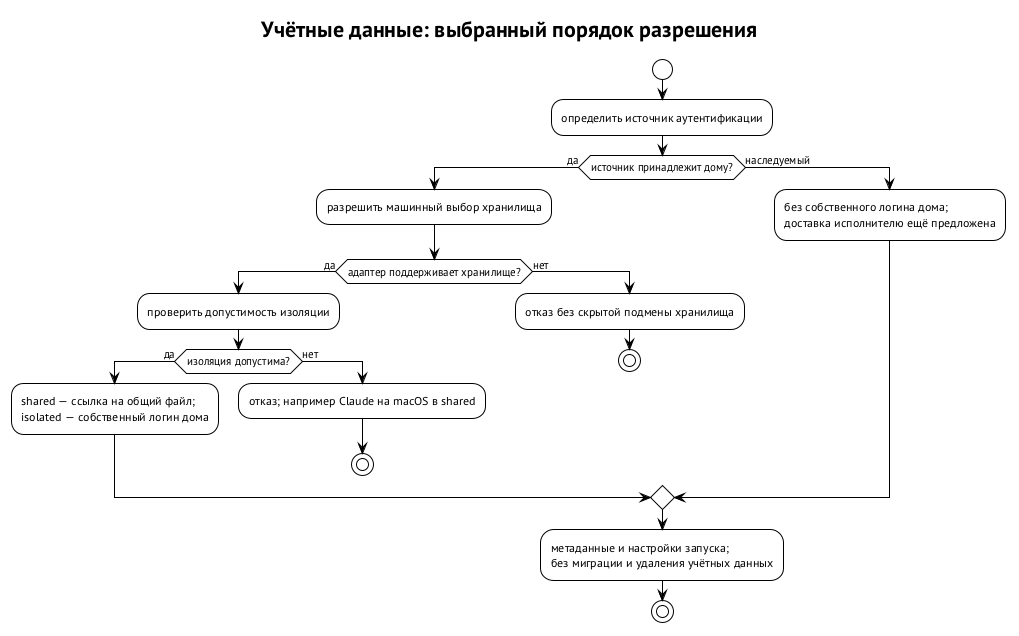
Above: book/diagrams/resolution-order.png in relux-works/swarma-docs (PlantUML), before the change. The source it was exported from:
```plantuml
@startuml resolution-order
!theme plain
skinparam defaultFontName "PT Sans"
skinparam shadowing false
title Учётные данные: выбранный порядок разрешения
start
:определить источник аутентификации;
if (источник принадлежит дому?) then (да)
  :разрешить машинный выбор хранилища;
  if (адаптер поддерживает хранилище?) then (да)
    :проверить допустимость изоляции;
    if (изоляция допустима?) then (да)
      :shared — ссылка на общий файл;\nisolated — собственный логин дома;
    else (нет)
      :отказ; например Claude на macOS в shared;
      stop
    endif
  else (нет)
    :отказ без скрытой подмены хранилища;
    stop
  endif
else (наследуемый)
  :без собственного логина дома;\nдоставка исполнителю ещё предложена;
endif
:метаданные и настройки запуска;\nбез миграции и удаления учётных данных;
stop
@enduml
```
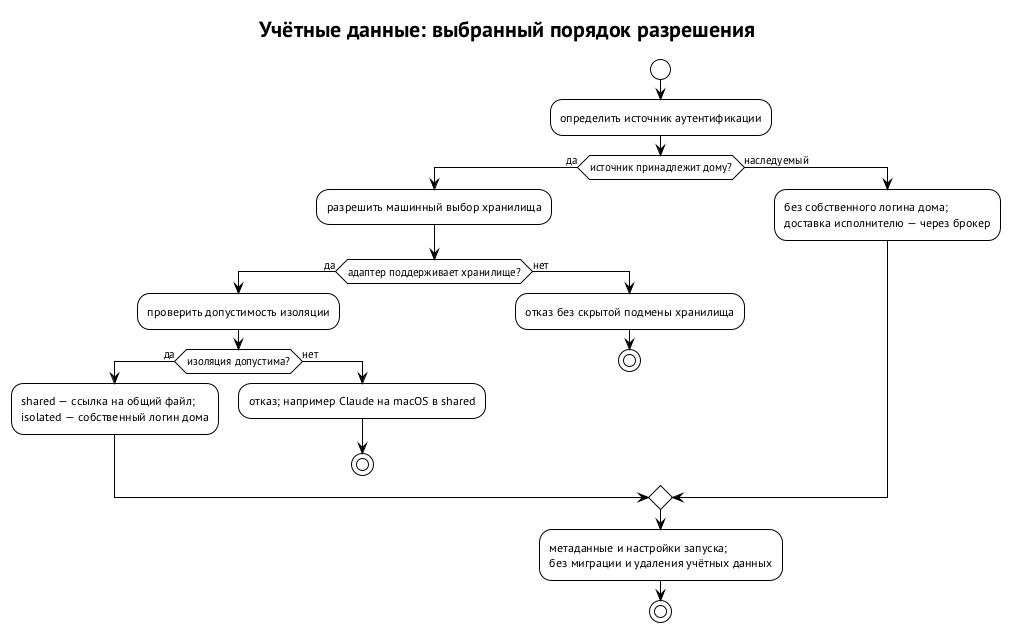
Later version of the same file.

Change to the diagram source:
```diff
@@ -20,7 +20,7 @@
     stop
   endif
 else (наследуемый)
-  :без собственного логина дома;\nдоставка исполнителю ещё предложена;
+  :без собственного логина дома;\nдоставка исполнителю — через брокер;
 endif
 :метаданные и настройки запуска;\nбез миграции и удаления учётных данных;
 stop
```
